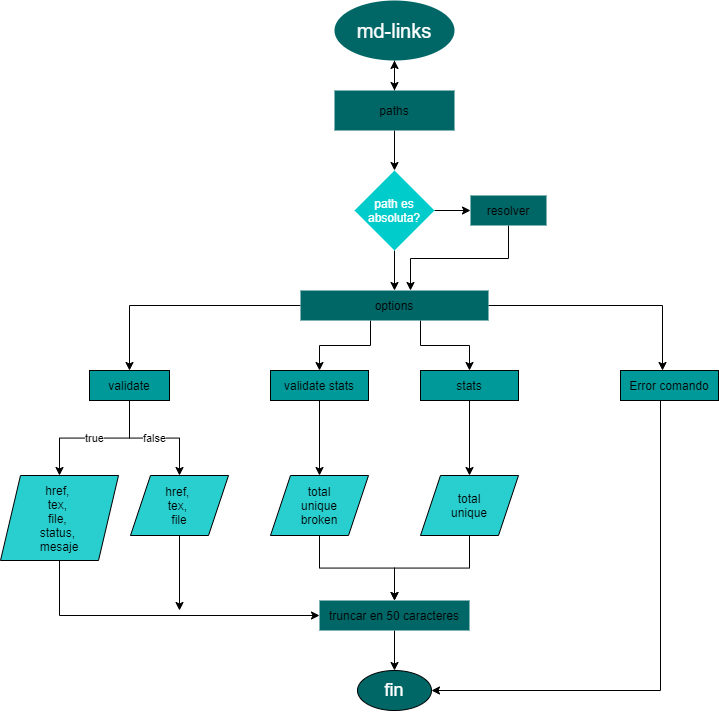
Before: src/pictures/diagrama_CLI.png, a diagram exported from draw.io (Laboratoria/LIM015-md-links). Source tidied: cells renumbered, new cells last; positions are measured from the earlier drawing's top-left corner, leaving out a move shared by most shapes.
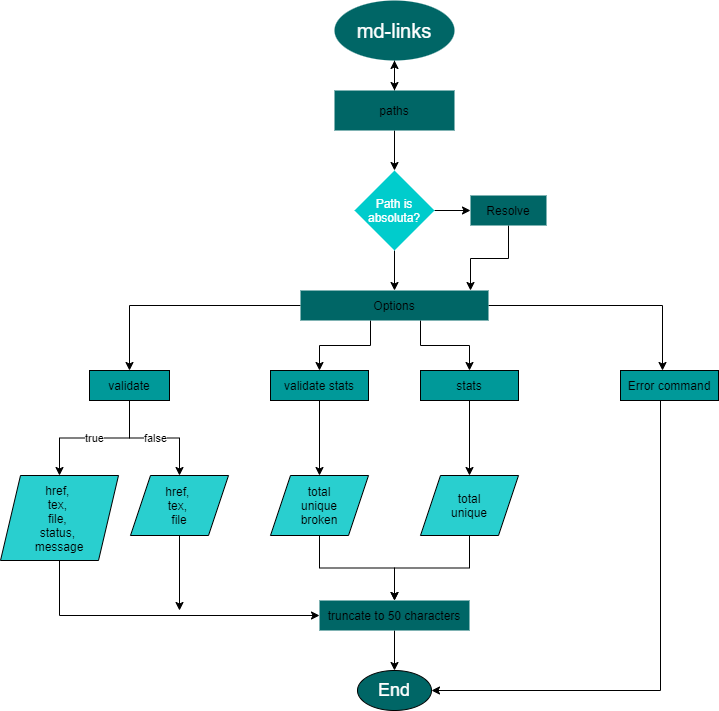
The same file after the commit.

Commit message:
change made it to function md link, correction of test, modified diagrams

What changed in the source:
```diff
@@ -23,18 +23,18 @@
     <mxCell id="8" style="edgeStyle=orthogonalEdgeStyle;rounded=0;jettySize=auto;html=1;" parent="1" edge="1" source="9" target="16">
       <mxGeometry relative="1" as="geometry" />
     </mxCell>
-    <mxCell id="9" value="&lt;font color=&quot;#ffffff&quot;&gt;path es absoluta?&lt;/font&gt;" style="rhombus;whiteSpace=wrap;html=1;strokeColor=none;fillColor=#00CCCC;" parent="1" vertex="1">
+    <mxCell id="9" value="&lt;font color=&quot;#ffffff&quot;&gt;Path is absoluta?&lt;/font&gt;" style="rhombus;whiteSpace=wrap;html=1;strokeColor=none;fillColor=#00CCCC;" parent="1" vertex="1">
       <mxGeometry x="354" y="170" width="80" height="80" as="geometry" />
     </mxCell>
     <mxCell id="10" style="edgeStyle=orthogonalEdgeStyle;rounded=0;jettySize=auto;html=1;" parent="1" edge="1" source="11" target="16">
       <mxGeometry relative="1" as="geometry">
         <Array as="points">
           <mxPoint x="508" y="258" />
-          <mxPoint x="410" y="258" />
+          <mxPoint x="470" y="258" />
         </Array>
       </mxGeometry>
     </mxCell>
-    <mxCell id="11" value="resolver" style="whiteSpace=wrap;html=1;strokeColor=none;fillColor=#006666;" parent="1" vertex="1">
+    <mxCell id="11" value="Resolve" style="whiteSpace=wrap;html=1;strokeColor=none;fillColor=#006666;" parent="1" vertex="1">
       <mxGeometry x="470" y="195" width="76" height="30" as="geometry" />
     </mxCell>
     <mxCell id="12" style="edgeStyle=orthogonalEdgeStyle;rounded=0;jettySize=auto;html=1;" parent="1" edge="1" source="16" target="21">
@@ -61,7 +61,7 @@
         <mxPoint x="662" y="370" as="targetPoint" />
       </mxGeometry>
     </mxCell>
-    <mxCell id="16" value="options" style="whiteSpace=wrap;html=1;strokeColor=none;fillColor=#006666;" parent="1" vertex="1">
+    <mxCell id="16" value="Options" style="whiteSpace=wrap;html=1;strokeColor=none;fillColor=#006666;" parent="1" vertex="1">
       <mxGeometry x="300" y="290" width="188" height="30" as="geometry" />
     </mxCell>
     <mxCell id="17" style="edgeStyle=orthogonalEdgeStyle;rounded=0;jettySize=auto;html=1;" parent="1" edge="1" source="18" target="32">
@@ -82,7 +82,7 @@
     <mxCell id="22" style="edgeStyle=orthogonalEdgeStyle;rounded=0;jettySize=auto;html=1;exitX=0.5;exitY=1;exitDx=0;exitDy=0;entryX=0;entryY=0.5;entryDx=0;entryDy=0;" parent="1" edge="1" source="23" target="28">
       <mxGeometry relative="1" as="geometry" />
     </mxCell>
-    <mxCell id="23" value="href, &lt;br&gt;tex, &lt;br&gt;file, &lt;br&gt;status, &lt;br&gt;mesaje" style="shape=parallelogram;perimeter=parallelogramPerimeter;whiteSpace=wrap;html=1;fixedSize=1;rounded=0;fillColor=#29CFCF;" parent="1" vertex="1">
+    <mxCell id="23" value="href, &lt;br&gt;tex, &lt;br&gt;file, &lt;br&gt;status, &lt;br&gt;message" style="shape=parallelogram;perimeter=parallelogramPerimeter;whiteSpace=wrap;html=1;fixedSize=1;rounded=0;fillColor=#29CFCF;" parent="1" vertex="1">
       <mxGeometry y="475" width="118" height="85" as="geometry" />
     </mxCell>
     <mxCell id="24" style="edgeStyle=orthogonalEdgeStyle;rounded=0;jettySize=auto;html=1;" parent="1" edge="1" source="25">
@@ -93,13 +93,13 @@
     <mxCell id="25" value="href, &lt;br&gt;tex, &lt;br&gt;file" style="shape=parallelogram;perimeter=parallelogramPerimeter;whiteSpace=wrap;html=1;fixedSize=1;rounded=0;fillColor=#29CFCF;" parent="1" vertex="1">
       <mxGeometry x="130" y="475" width="98" height="60" as="geometry" />
     </mxCell>
-    <mxCell id="26" value="&lt;font color=&quot;#ffffff&quot; style=&quot;font-size: 18px&quot;&gt;fin&lt;/font&gt;" style="ellipse;whiteSpace=wrap;html=1;fillColor=#006666;" parent="1" vertex="1">
+    <mxCell id="26" value="&lt;font color=&quot;#ffffff&quot; style=&quot;font-size: 18px&quot;&gt;End&lt;/font&gt;" style="ellipse;whiteSpace=wrap;html=1;fillColor=#006666;" parent="1" vertex="1">
       <mxGeometry x="357" y="670" width="74" height="40" as="geometry" />
     </mxCell>
     <mxCell id="27" style="edgeStyle=orthogonalEdgeStyle;rounded=0;jettySize=auto;html=1;" parent="1" edge="1" source="28" target="26">
       <mxGeometry relative="1" as="geometry" />
     </mxCell>
-    <mxCell id="28" value="truncar en 50 caracteres" style="whiteSpace=wrap;html=1;strokeColor=none;fillColor=#006666;" parent="1" vertex="1">
+    <mxCell id="28" value="truncate to 50 characters" style="whiteSpace=wrap;html=1;strokeColor=none;fillColor=#006666;" parent="1" vertex="1">
       <mxGeometry x="319" y="600" width="150" height="30" as="geometry" />
     </mxCell>
     <mxCell id="29" style="edgeStyle=orthogonalEdgeStyle;rounded=0;jettySize=auto;html=1;" parent="1" edge="1" source="30" target="34">
@@ -127,7 +127,7 @@
         </Array>
       </mxGeometry>
     </mxCell>
-    <mxCell id="36" value="Error comando" style="whiteSpace=wrap;html=1;fillColor=#009999;" parent="1" vertex="1">
+    <mxCell id="36" value="Error command" style="whiteSpace=wrap;html=1;fillColor=#009999;" parent="1" vertex="1">
       <mxGeometry x="620" y="370" width="98" height="30" as="geometry" />
     </mxCell>
   </root>
```
